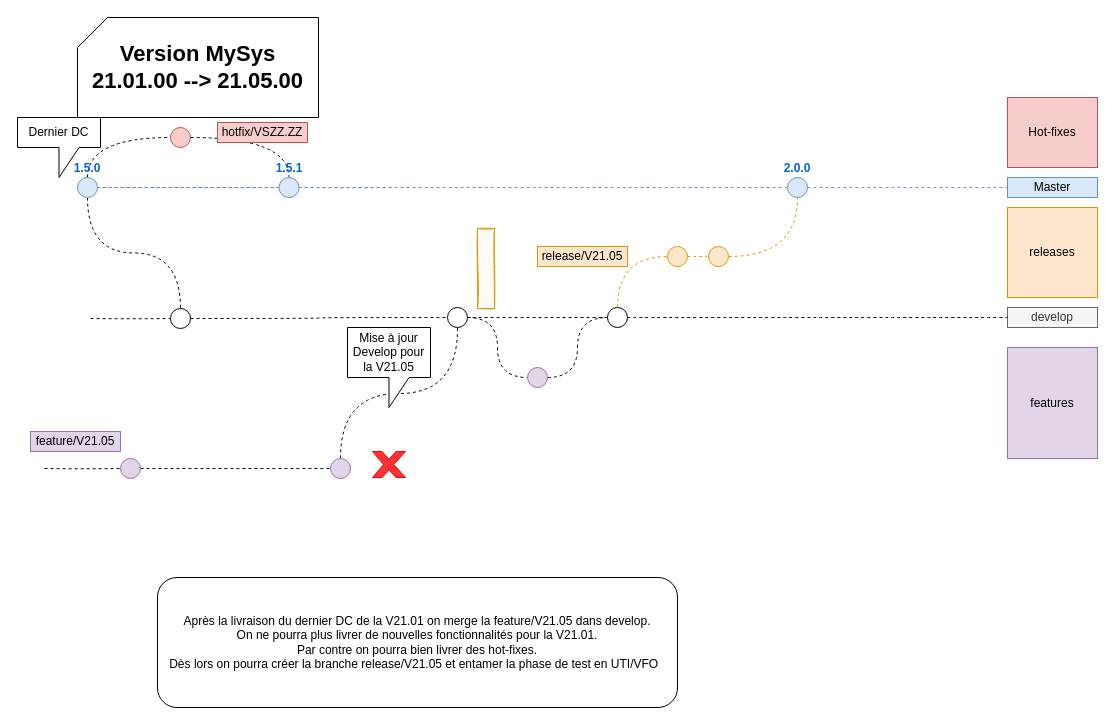
The draw.io diagram page "V21.01 -> V21.05" (3 of 3) of Untitled Diagram.drawio in salmen/gitflowdiagram, before the edit. Source tidied: cells renumbered, new cells numbered last; positions are measured from the earlier drawing's top-left corner, leaving out a move shared by most shapes. Both pictures are drawn from the tidied source at 100%, with x=0, y=0 at pixel (17, 17).
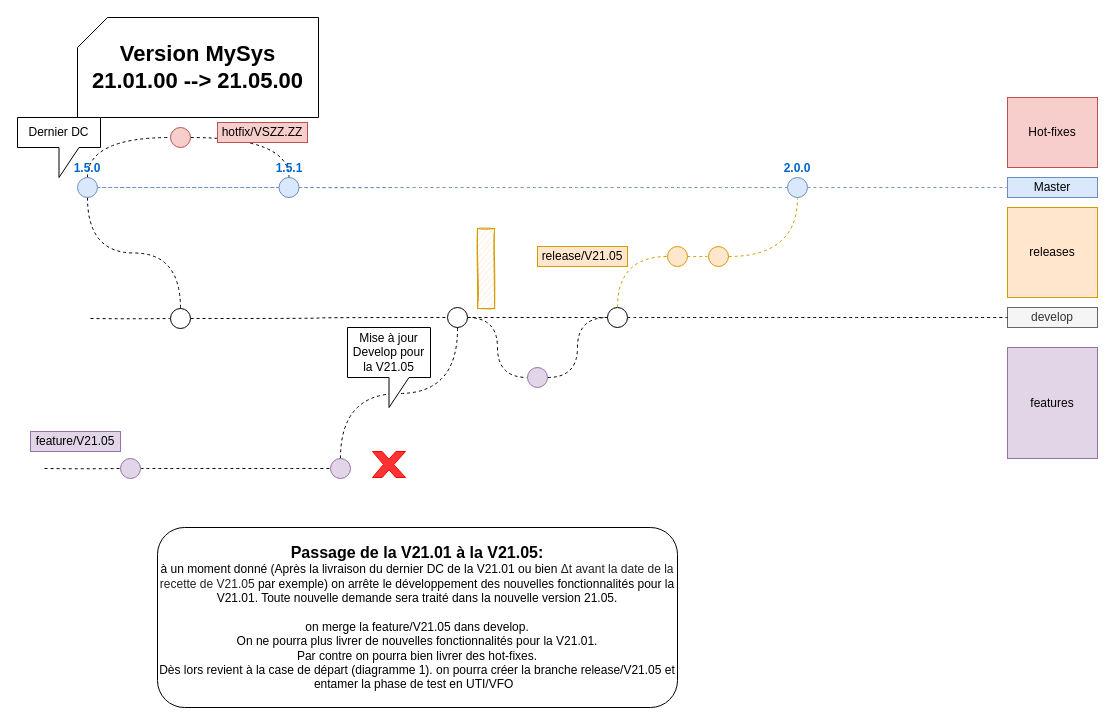
Above is the later version.

What changed in the source:
```diff
@@
-    <mxCell id="30" value="Après la livraison du dernier DC de la V21.01 on merge la feature/V21.05 dans develop.&lt;br&gt;On ne pourra plus livrer de nouvelles fonctionnalités pour la V21.01.&lt;br&gt;Par contre on pourra bien livrer des hot-fixes.&lt;br&gt;Dès lors on pourra créer la branche release/V21.05 et entamer la phase de test en UTI/VFO&amp;nbsp;&amp;nbsp;" style="rounded=1;whiteSpace=wrap;html=1;" parent="1" vertex="1">
-      <mxGeometry x="140" y="560" width="520" height="130" as="geometry" />
+    <mxCell id="30" value="&lt;b&gt;&lt;font style=&quot;font-size: 16px&quot;&gt;Passage de la V21.01 à la V21.05:&lt;/font&gt;&lt;/b&gt;&lt;br&gt;à un moment donné (Après la livraison du dernier DC de la V21.01 ou bien&amp;nbsp;&lt;span style=&quot;color: rgb(34 , 34 , 34) ; font-family: &amp;#34;google sans&amp;#34; , &amp;#34;arial&amp;#34; , sans-serif ; text-align: left ; background-color: rgb(255 , 255 , 255)&quot;&gt;&lt;font style=&quot;font-size: 12px&quot;&gt;Δt avant la date de la recette de V21.05&lt;/font&gt;&lt;/span&gt;&amp;nbsp;par exemple) on arrête le développement des nouvelles fonctionnalités pour la V21.01. Toute nouvelle demande sera traité dans la nouvelle version 21.05.&lt;br&gt;&amp;nbsp;&lt;br&gt;on merge la feature/V21.05 dans develop.&lt;br&gt;On ne pourra plus livrer de nouvelles fonctionnalités pour la V21.01.&lt;br&gt;Par contre on pourra bien livrer des hot-fixes.&lt;br&gt;Dès lors revient à la case de départ (diagramme 1). on pourra créer la branche release/V21.05 et entamer la phase de test en UTI/VFO&amp;nbsp;&amp;nbsp;" style="rounded=1;whiteSpace=wrap;html=1;" parent="1" vertex="1">
+      <mxGeometry x="140" y="510" width="520" height="180" as="geometry" />
     </mxCell>
```
